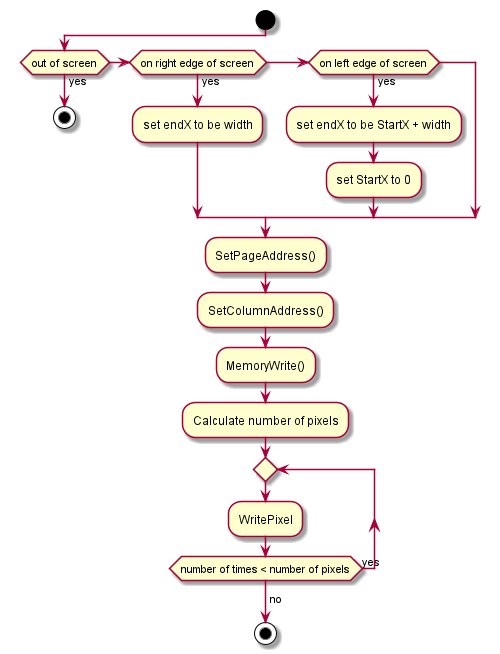
Above: Projekt/diagrams/out/FillRectangle/FillRectangle.png in Valdemartt/AMS (PlantUML), before the change.
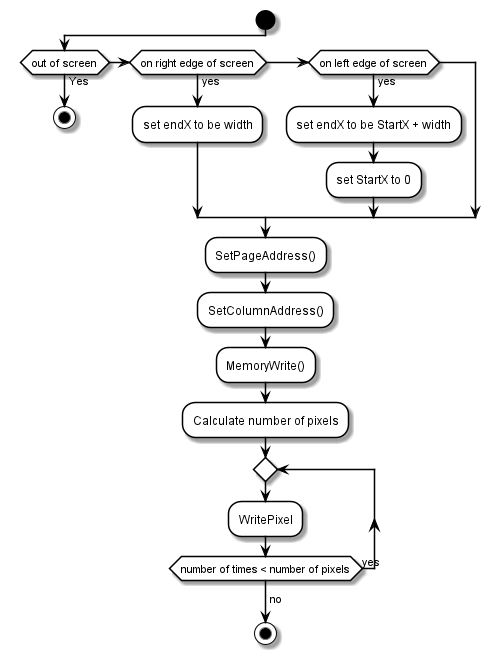
After the change.

Diff of the diagram source:
```diff
@@ -1,6 +1,15 @@
 @startuml
+skinparam activity{
+    Bordercolor black
+    BackgroundColor white
+    ArrowColor black
+}
+
+skinparam ActivityDiamondBorderColor black
+skinparam ActivityDiamondBackgroundColor white
+
 start
-if (out of screen) then (yes)
+if (out of screen) then (Yes)
     stop
 else if(on right edge of screen) then (yes)
     :set endX to be width;
@@ -8,6 +17,7 @@
     :set endX to be StartX + width;
     :set StartX to 0;
 endif
+
 :SetPageAddress();
 :SetColumnAddress();
 :MemoryWrite();
```
